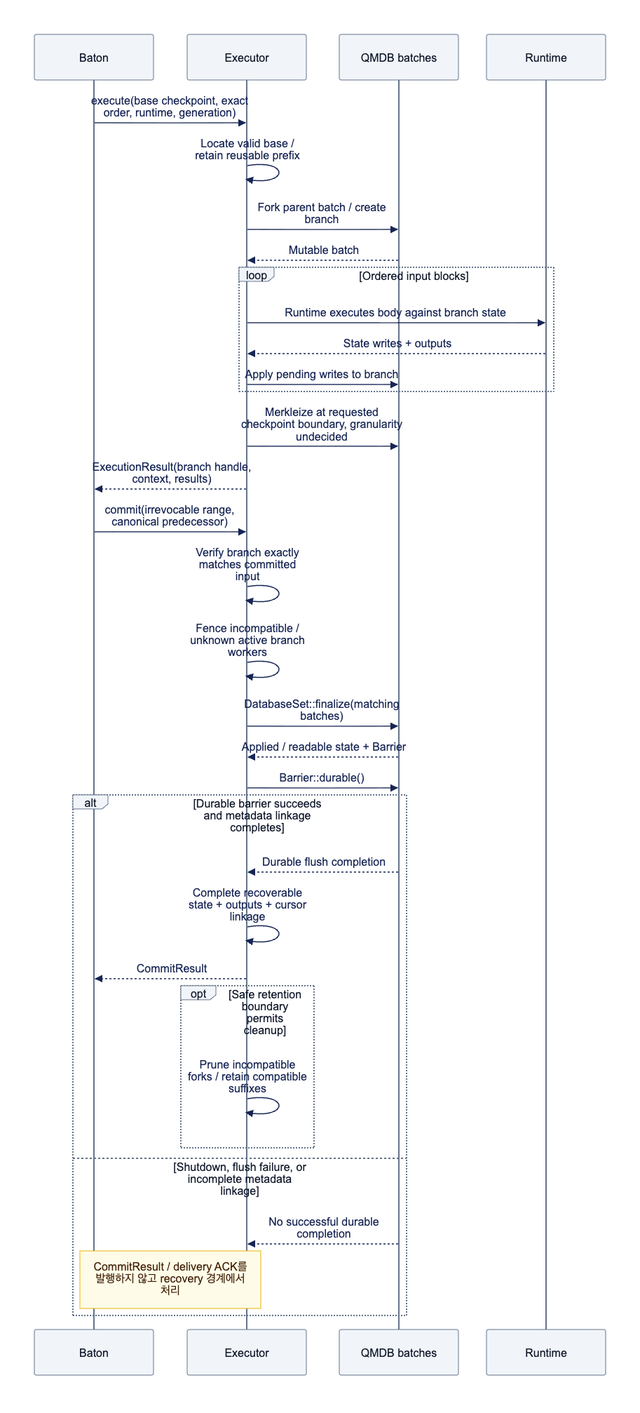
Before: assets/diagrams/diagram-09.png, a diagram exported from Mermaid (djm07073/baton-research). Its source is kept beside it as assets/diagrams/diagram-09.mmd.
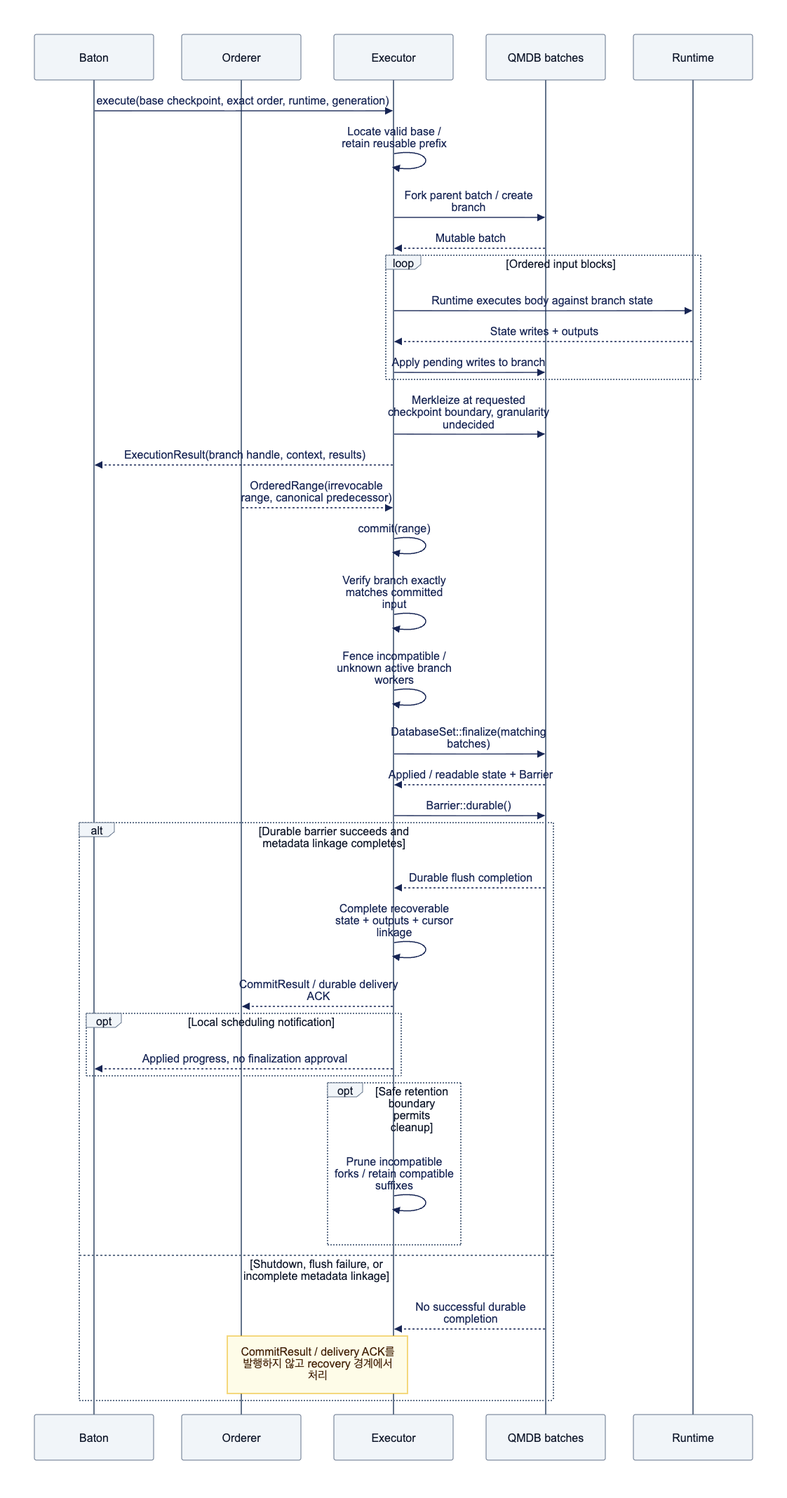
Above is the later version.

The edit, as a diff of the source:
```diff
@@ -1,5 +1,6 @@
 sequenceDiagram
     participant B as Baton
+    participant M as Orderer
     participant O as Executor
     participant Q as QMDB batches
     participant A as Runtime
@@ -14,7 +15,8 @@
     end
     O->>Q: Merkleize at requested checkpoint boundary, granularity undecided
     O-->>B: ExecutionResult(branch handle, context, results)
-    B->>O: commit(irrevocable range, canonical predecessor)
+    M-->>O: OrderedRange(irrevocable range, canonical predecessor)
+    O->>O: commit(range)
     O->>O: Verify branch exactly matches committed input
     O->>O: Fence incompatible / unknown active branch workers
     O->>Q: DatabaseSet::finalize(matching batches)
@@ -23,11 +25,14 @@
     alt Durable barrier succeeds and metadata linkage completes
         Q-->>O: Durable flush completion
         O->>O: Complete recoverable state + outputs + cursor linkage
-        O-->>B: CommitResult
+        O-->>M: CommitResult / durable delivery ACK
+        opt Local scheduling notification
+            O-->>B: Applied progress, no finalization approval
+        end
         opt Safe retention boundary permits cleanup
             O->>O: Prune incompatible forks / retain compatible suffixes
         end
     else Shutdown, flush failure, or incomplete metadata linkage
         Q-->>O: No successful durable completion
-        Note over B,O: CommitResult / delivery ACK를 발행하지 않고 recovery 경계에서 처리
+        Note over M,O: CommitResult / delivery ACK를 발행하지 않고 recovery 경계에서 처리
     end
```
